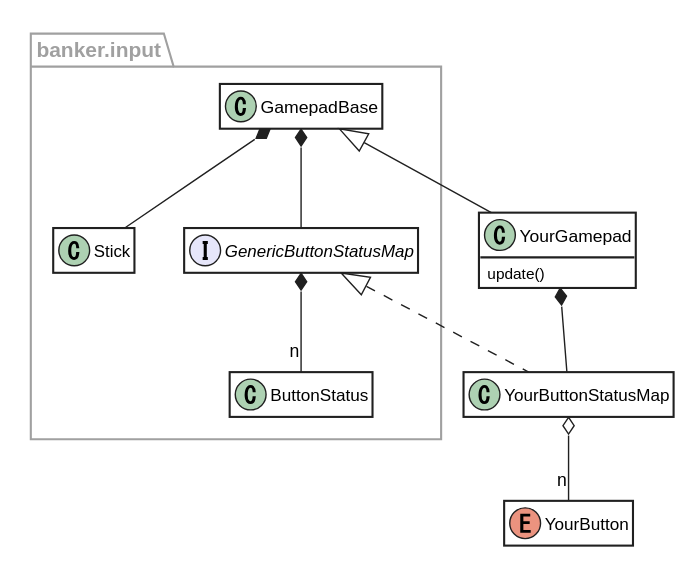
Above: docs/gamepad.svg in fal-works/broker (PlantUML), before the change.
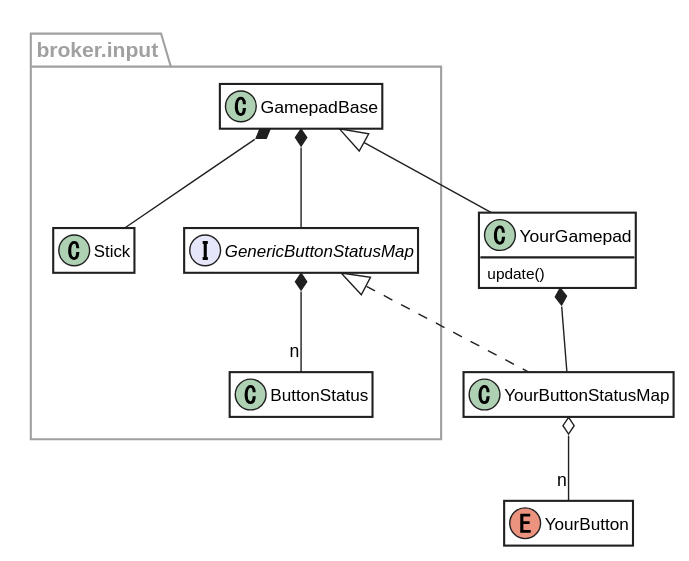
The same diagram one commit later.

Commit message:
docs: fix gamepad class diagram

The edit, as a diff of the source:
```diff
@@ -22,7 +22,7 @@
 hide empty members
 
 
-package banker.input {
+package broker.input {
 	class ButtonStatus
 	class GamepadBase
 	class Stick
```
